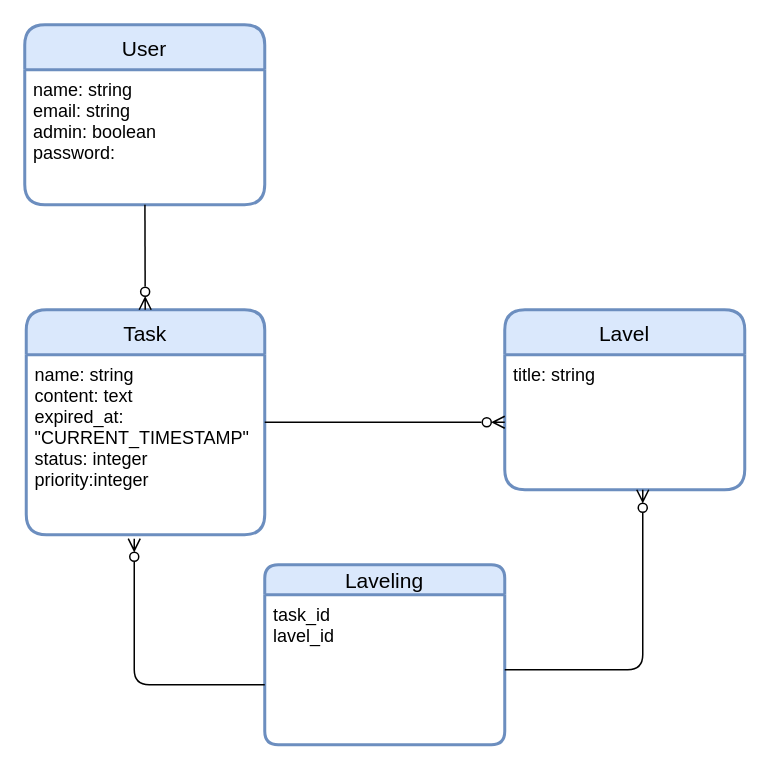
Above: docs/ER図.drawio in keikikamikubota/manyou_exam (draw.io), before the change. Source tidied: cells renumbered, new cells numbered last; positions are measured from the earlier drawing's top-left corner, leaving out a move shared by most shapes. Both pictures are drawn from the tidied source at 150%, with x=0, y=0 at pixel (24, 24).
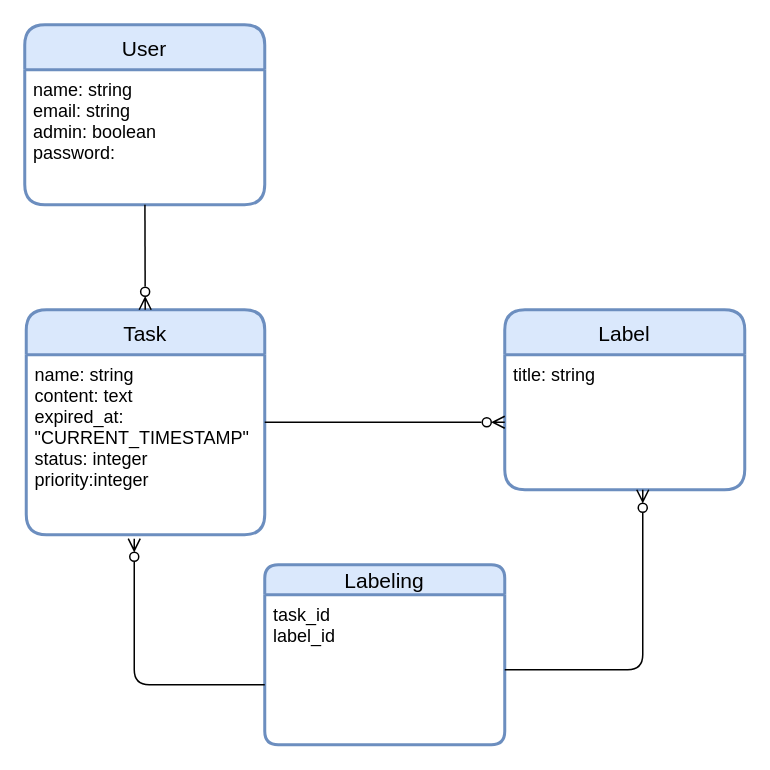
The same page after the edit.

Change to the diagram source:
```diff
@@
 <mxGraphModel background="#ffffff">
   <root>
     <mxCell id="0" />
     <mxCell id="1" parent="0" />
     <mxCell id="2" value="User" style="swimlane;horizontal=1;startSize=30;rounded=1;fontSize=14;fontStyle=0;strokeWidth=2;shadow=0;dashed=0;align=center;fillColor=#dae8fc;strokeColor=#6c8ebf;" parent="1" vertex="1">
       <mxGeometry width="160" height="120" as="geometry" />
     </mxCell>
     <mxCell id="3" value="name: string&#10;email: string&#10;admin: boolean&#10;password:  " style="align=left;strokeColor=none;fillColor=none;spacingLeft=4;fontSize=12;verticalAlign=top;" parent="2" vertex="1">
       <mxGeometry y="30" width="160" height="90" as="geometry" />
     </mxCell>
     <mxCell id="4" value="Task" style="swimlane;horizontal=1;startSize=30;rounded=1;fontSize=14;fontStyle=0;strokeWidth=2;shadow=0;dashed=0;align=center;fillColor=#dae8fc;strokeColor=#6c8ebf;" parent="1" vertex="1">
       <mxGeometry x="1" y="190" width="159" height="150" as="geometry" />
     </mxCell>
     <mxCell id="5" value="name: string&#10;content: text&#10;expired_at: &#10;&quot;CURRENT_TIMESTAMP&quot;&#10;status: integer&#10;priority:integer" style="align=left;strokeColor=none;fillColor=none;spacingLeft=4;fontSize=12;verticalAlign=top;" parent="4" vertex="1">
       <mxGeometry y="30" width="159" height="120" as="geometry" />
     </mxCell>
     <mxCell id="6" style="edgeStyle=none;html=1;endArrow=ERzeroToMany;endFill=0;" parent="1" edge="1" source="3" target="4">
       <mxGeometry relative="1" as="geometry" />
     </mxCell>
-    <mxCell id="7" value="Lavel" style="swimlane;horizontal=1;startSize=30;rounded=1;fontSize=14;fontStyle=0;strokeWidth=2;shadow=0;dashed=0;align=center;fillColor=#dae8fc;strokeColor=#6c8ebf;" parent="1" vertex="1">
+    <mxCell id="7" value="Label" style="swimlane;horizontal=1;startSize=30;rounded=1;fontSize=14;fontStyle=0;strokeWidth=2;shadow=0;dashed=0;align=center;fillColor=#dae8fc;strokeColor=#6c8ebf;" parent="1" vertex="1">
       <mxGeometry x="320" y="190" width="160" height="120" as="geometry" />
     </mxCell>
     <mxCell id="8" value="title: string" style="align=left;strokeColor=none;fillColor=none;spacingLeft=4;fontSize=12;verticalAlign=top;" parent="7" vertex="1">
       <mxGeometry y="30" width="160" height="90" as="geometry" />
     </mxCell>
     <mxCell id="9" style="edgeStyle=elbowEdgeStyle;html=1;elbow=vertical;endArrow=ERzeroToMany;endFill=0;" parent="1" edge="1" source="5" target="7">
       <mxGeometry relative="1" as="geometry">
         <Array as="points">
           <mxPoint x="240" y="265" />
         </Array>
       </mxGeometry>
     </mxCell>
-    <mxCell id="10" value="Laveling" style="swimlane;horizontal=1;startSize=20;rounded=1;fontSize=14;fontStyle=0;strokeWidth=2;shadow=0;dashed=0;align=center;fillColor=#dae8fc;strokeColor=#6c8ebf;" parent="1" vertex="1">
+    <mxCell id="10" value="Labeling" style="swimlane;horizontal=1;startSize=20;rounded=1;fontSize=14;fontStyle=0;strokeWidth=2;shadow=0;dashed=0;align=center;fillColor=#dae8fc;strokeColor=#6c8ebf;" parent="1" vertex="1">
       <mxGeometry x="160" y="360" width="160" height="120" as="geometry" />
     </mxCell>
-    <mxCell id="11" value="task_id&#10;lavel_id" style="align=left;strokeColor=none;fillColor=none;spacingLeft=4;fontSize=12;verticalAlign=top;" parent="10" vertex="1">
+    <mxCell id="11" value="task_id&#10;label_id" style="align=left;strokeColor=none;fillColor=none;spacingLeft=4;fontSize=12;verticalAlign=top;" parent="10" vertex="1">
       <mxGeometry y="20" width="160" height="100" as="geometry" />
     </mxCell>
     <mxCell id="12" style="edgeStyle=elbowEdgeStyle;html=1;entryX=0.456;entryY=1.022;entryDx=0;entryDy=0;entryPerimeter=0;endArrow=ERzeroToMany;endFill=0;" parent="1" edge="1" source="11" target="5">
       <mxGeometry relative="1" as="geometry">
         <Array as="points">
           <mxPoint x="73" y="440" />
         </Array>
       </mxGeometry>
     </mxCell>
     <mxCell id="13" style="edgeStyle=elbowEdgeStyle;html=1;entryX=0.575;entryY=1.022;entryDx=0;entryDy=0;entryPerimeter=0;endArrow=ERzeroToMany;endFill=0;" parent="1" edge="1" source="11">
       <mxGeometry relative="1" as="geometry">
         <mxPoint x="412" y="310" as="targetPoint" />
         <Array as="points">
           <mxPoint x="412" y="430" />
           <mxPoint x="400" y="420" />
           <mxPoint x="410" y="440" />
         </Array>
       </mxGeometry>
     </mxCell>
   </root>
 </mxGraphModel>
```
